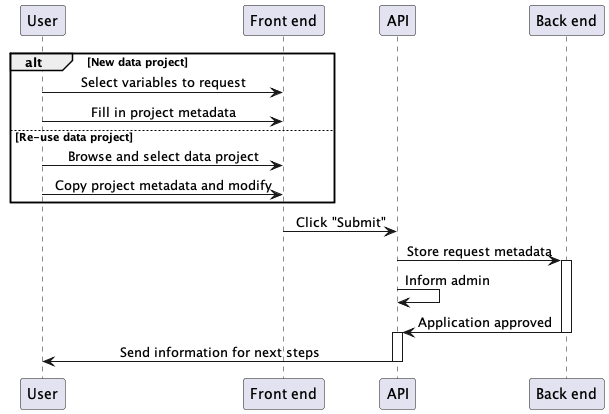
Above: design/images/runtime-data-request.png in seedcase-project/seedcase-website (PlantUML), before the change. Source of this version:
```plantuml
@startuml runtime-data-request
skinparam SequenceMessageAlignment center


participant "User" as u
participant "Front end" as f
participant "API" as api
participant "Back end" as db

alt New data project
  u -> f --: Select variables to request
  u -> f --: Fill in project metadata
else Re-use data project
  u -> f --: Browse and select data project
  u -> f --: Copy project metadata and modify
end


f -> api: Click "Submit"
api -> db  ++: Store request metadata
api -> api: Inform admin
db -> api --++: Application approved
api -> u --: Send information for next steps

@enduml
```
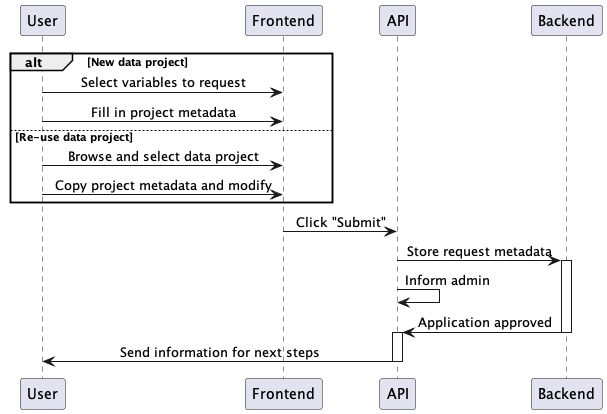
After the commit.

Commit message:
change frontend and backend to one word

Change to the diagram source:
```diff
@@ -3,9 +3,9 @@
 
 
 participant "User" as u
-participant "Front end" as f
+participant "Frontend" as f
 participant "API" as api
-participant "Back end" as db
+participant "Backend" as db
 
 alt New data project
   u -> f --: Select variables to request
```
